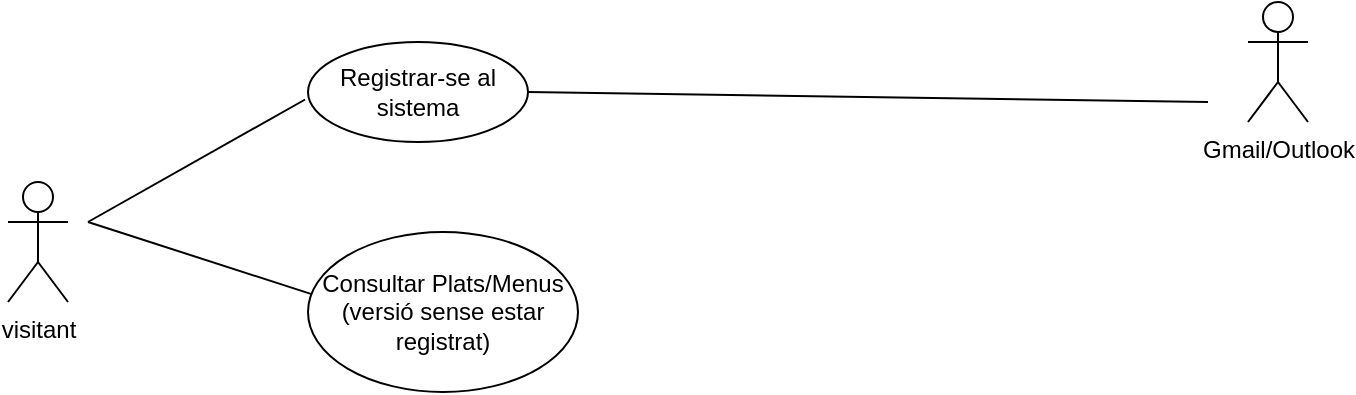
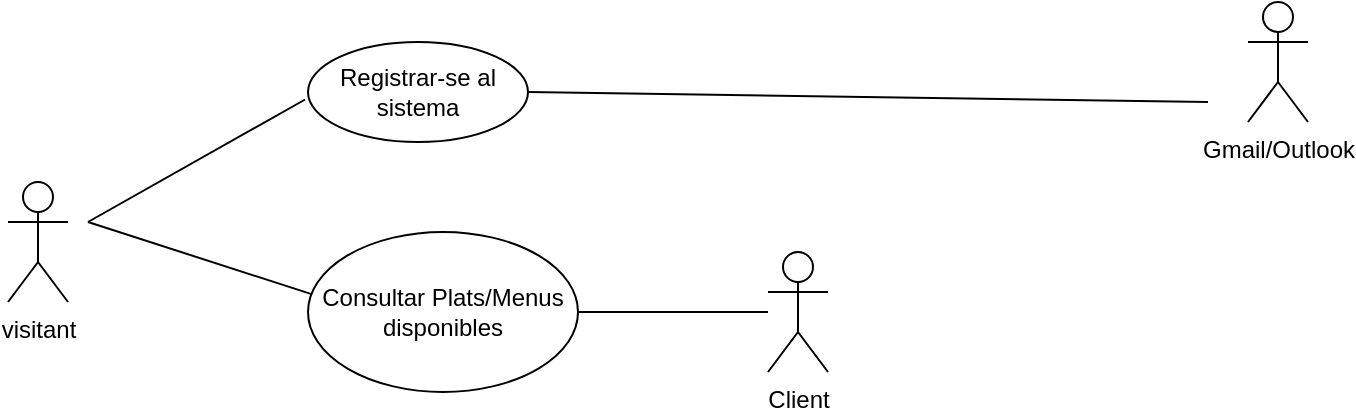
- <mxfile host="app.diagrams.net">
+ <mxfile host="Electron">
  <diagram name="Página-1" id="RU_SD2N5gcsE7URXREo9">
-     <mxGraphModel grid="1" page="1" gridSize="10" guides="1" tooltips="1" connect="1" arrows="1" fold="1" pageScale="1" pageWidth="827" pageHeight="1169" math="0" shadow="0">
+     <mxGraphModel dx="1824" dy="1185" grid="1" gridSize="10" guides="1" tooltips="1" connect="1" arrows="1" fold="1" page="1" pageScale="1" pageWidth="827" pageHeight="1169" math="0" shadow="0">
      <root>
        <mxCell id="0" />
        <mxCell id="1" parent="0" />
        <mxCell id="gHqF3yH8YorkQ2m6D_ii-1" parent="1" style="shape=umlActor;verticalLabelPosition=bottom;verticalAlign=top;html=1;outlineConnect=0;" value="visitant" vertex="1">
          <mxGeometry height="60" width="30" x="60" y="520" as="geometry" />
        </mxCell>
        <mxCell id="gHqF3yH8YorkQ2m6D_ii-2" parent="1" style="ellipse;whiteSpace=wrap;html=1;" value="Registrar-se al sistema" vertex="1">
          <mxGeometry height="50" width="110" x="210" y="450" as="geometry" />
        </mxCell>
        <mxCell id="gHqF3yH8YorkQ2m6D_ii-4" edge="1" parent="1" style="endArrow=none;html=1;rounded=0;entryX=-0.013;entryY=0.575;entryDx=0;entryDy=0;entryPerimeter=0;" target="gHqF3yH8YorkQ2m6D_ii-2" value="">
          <mxGeometry height="50" relative="1" width="50" as="geometry">
            <mxPoint x="100" y="540" as="sourcePoint" />
            <mxPoint x="150" y="490" as="targetPoint" />
          </mxGeometry>
        </mxCell>
        <mxCell id="gHqF3yH8YorkQ2m6D_ii-5" edge="1" parent="1" style="endArrow=none;html=1;rounded=0;entryX=0.05;entryY=0.449;entryDx=0;entryDy=0;entryPerimeter=0;" value="">
          <mxGeometry height="50" relative="1" width="50" as="geometry">
            <mxPoint x="100" y="540" as="sourcePoint" />
            <mxPoint x="214.5" y="576.94" as="targetPoint" />
          </mxGeometry>
        </mxCell>
        <mxCell id="gHqF3yH8YorkQ2m6D_ii-6" parent="1" style="shape=umlActor;verticalLabelPosition=bottom;verticalAlign=top;html=1;outlineConnect=0;" value="Gmail/Outlook" vertex="1">
          <mxGeometry height="60" width="30" x="680" y="430" as="geometry" />
        </mxCell>
        <mxCell id="gHqF3yH8YorkQ2m6D_ii-11" edge="1" parent="1" source="gHqF3yH8YorkQ2m6D_ii-2" style="endArrow=none;html=1;rounded=0;exitX=1;exitY=0.5;exitDx=0;exitDy=0;" value="">
          <mxGeometry height="50" relative="1" width="50" as="geometry">
            <mxPoint x="320" y="480" as="sourcePoint" />
            <mxPoint x="660" y="480" as="targetPoint" />
          </mxGeometry>
        </mxCell>
-         <mxCell id="NUM_xANJLqm6ABkhHm2F-1" parent="1" style="ellipse;whiteSpace=wrap;html=1;" value="Consultar Plats/Menus (versió sense estar registrat)" vertex="1">
+         <mxCell id="NUM_xANJLqm6ABkhHm2F-1" parent="1" style="ellipse;whiteSpace=wrap;html=1;" value="Consultar Plats/Menus disponibles" vertex="1">
          <mxGeometry height="80" width="135" x="210" y="545" as="geometry" />
+         </mxCell>
+         <mxCell id="nCuLhjbaMZoZvdO3iNyx-1" edge="1" parent="1" source="NUM_xANJLqm6ABkhHm2F-1" style="endArrow=none;html=1;rounded=0;exitX=1;exitY=0.5;exitDx=0;exitDy=0;" value="">
+           <mxGeometry height="50" relative="1" width="50" as="geometry">
+             <mxPoint x="390" y="630" as="sourcePoint" />
+             <mxPoint x="440" y="585" as="targetPoint" />
+           </mxGeometry>
+         </mxCell>
+         <mxCell id="nCuLhjbaMZoZvdO3iNyx-2" parent="1" style="shape=umlActor;verticalLabelPosition=bottom;verticalAlign=top;html=1;outlineConnect=0;" value="Client" vertex="1">
+           <mxGeometry height="60" width="30" x="440" y="555" as="geometry" />
        </mxCell>
      </root>
    </mxGraphModel>
  </diagram>
</mxfile>
